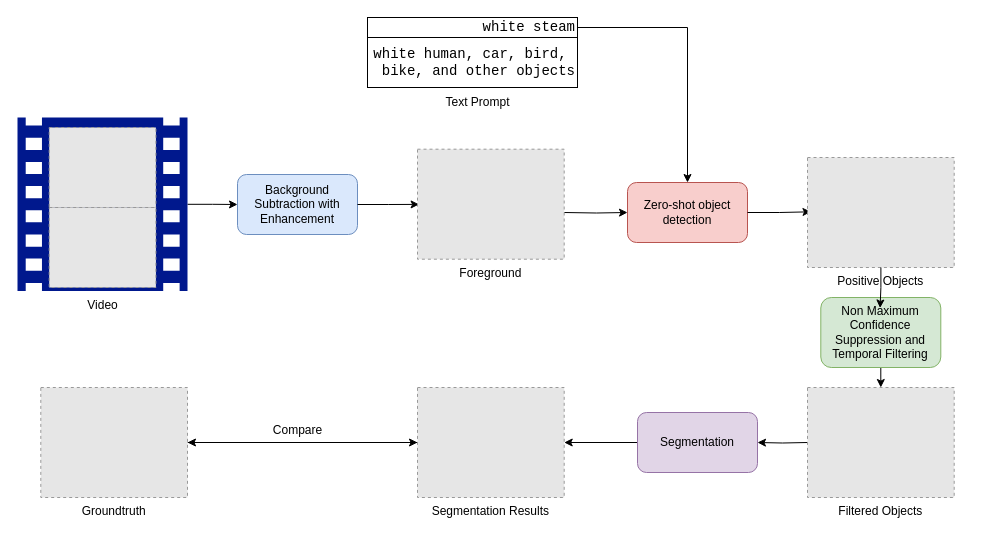
The draw.io diagram Untitled Diagram.drawio in weathon/grounding_mog, before the edit. Source tidied: cells renumbered, new cells numbered last; positions are measured from the earlier drawing's top-left corner, leaving out a move shared by most shapes. Both pictures are drawn from the tidied source at 100%, with x=0, y=0 at pixel (17, 17). Pictures stored in the file or linked from it are replaced by grey dashed boxes.
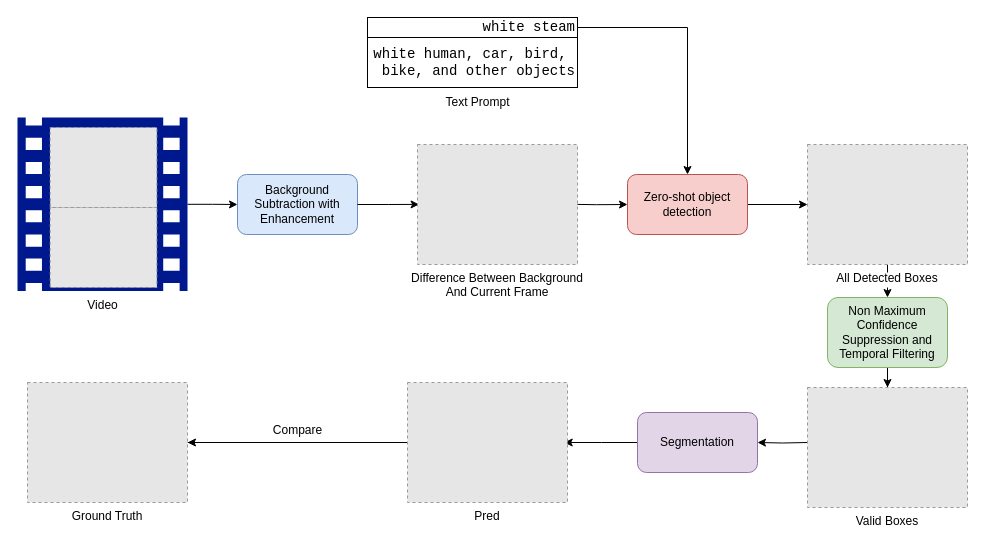
Above is the later version.

The change refers to these unchanged cells:
```xml
<mxCell id="16" value="Segmentation" style="rounded=1;whiteSpace=wrap;html=1;fillColor=#e1d5e7;strokeColor=#9673a6;" parent="1" vertex="1">
  <mxGeometry x="620" y="395" width="120" height="60" as="geometry" />
</mxCell>
```

What changed in the source:
```diff
@@
-    <mxCell id="5" style="edgeStyle=orthogonalEdgeStyle;rounded=0;jettySize=auto;html=1;" parent="1" edge="1" target="8">
-      <mxGeometry relative="1" as="geometry">
-        <mxPoint x="546.7" y="195" as="sourcePoint" />
-      </mxGeometry>
-    </mxCell>
@@
+    <mxCell id="30" style="edgeStyle=orthogonalEdgeStyle;rounded=0;jettySize=auto;html=1;" parent="1" edge="1" source="8" target="34">
+      <mxGeometry relative="1" as="geometry" />
+    </mxCell>
     <mxCell id="8" value="Zero-shot object detection" style="rounded=1;whiteSpace=wrap;html=1;fillColor=#f8cecc;strokeColor=#b85450;" parent="1" vertex="1">
-      <mxGeometry x="610" y="165" width="120" height="60" as="geometry" />
+      <mxGeometry x="610" y="157" width="120" height="60" as="geometry" />
     </mxCell>
@@
-    <mxCell id="13" style="edgeStyle=orthogonalEdgeStyle;rounded=0;jettySize=auto;html=1;" parent="1" edge="1" source="14">
-      <mxGeometry relative="1" as="geometry">
-        <mxPoint x="863.4" y="370" as="targetPoint" />
-      </mxGeometry>
-    </mxCell>
+    <mxCell id="31" style="edgeStyle=orthogonalEdgeStyle;rounded=0;jettySize=auto;html=1;" parent="1" edge="1" source="14" target="35">
+      <mxGeometry relative="1" as="geometry" />
+    </mxCell>
     <mxCell id="14" value="Non Maximum Confidence Suppression and Temporal Filtering" style="rounded=1;whiteSpace=wrap;html=1;fillColor=#d5e8d4;strokeColor=#82b366;" parent="1" vertex="1">
-      <mxGeometry x="803.3" y="280" width="120" height="70" as="geometry" />
+      <mxGeometry x="810" y="280" width="120" height="70" as="geometry" />
     </mxCell>
-    <mxCell id="15" style="edgeStyle=orthogonalEdgeStyle;rounded=0;jettySize=auto;html=1;" parent="1" edge="1" source="16" target="25">
-      <mxGeometry relative="1" as="geometry" />
+    <mxCell id="15" style="edgeStyle=orthogonalEdgeStyle;rounded=0;jettySize=auto;html=1;" parent="1" edge="1" source="16">
+      <mxGeometry relative="1" as="geometry">
+        <mxPoint x="546.7" y="425" as="targetPoint" />
+      </mxGeometry>
     </mxCell>
@@
-    <mxCell id="17" style="fillColor=#E6E6E6;strokeColor=#999999;dashed=1;verticalLabelPosition=bottom;labelBackgroundColor=default;verticalAlign=top;" parent="1" vertex="1">
-      <mxGeometry x="31.7" y="110" width="106.7" height="80" as="geometry" />
-    </mxCell>
-    <mxCell id="18" style="fillColor=#E6E6E6;strokeColor=#999999;dashed=1;verticalLabelPosition=bottom;labelBackgroundColor=default;verticalAlign=top;" parent="1" vertex="1">
-      <mxGeometry x="31.7" y="190" width="106.7" height="80" as="geometry" />
-    </mxCell>
-    <mxCell id="19" style="edgeStyle=orthogonalEdgeStyle;rounded=0;jettySize=auto;html=1;entryX=0.022;entryY=0.444;entryDx=0;entryDy=0;entryPerimeter=0;" parent="1" edge="1" source="8">
-      <mxGeometry relative="1" as="geometry">
-        <mxPoint x="793.5" y="194.3" as="targetPoint" />
-      </mxGeometry>
-    </mxCell>
-    <mxCell id="20" value="Foreground" style="fillColor=#E6E6E6;strokeColor=#999999;dashed=1;verticalLabelPosition=bottom;labelBackgroundColor=default;verticalAlign=top;" parent="1" vertex="1">
-      <mxGeometry x="400" y="131.7" width="146.7" height="110" as="geometry" />
-    </mxCell>
-    <mxCell id="21" value="Positive Objects" style="fillColor=#E6E6E6;strokeColor=#999999;dashed=1;verticalLabelPosition=bottom;labelBackgroundColor=default;verticalAlign=top;" parent="1" vertex="1">
-      <mxGeometry x="790" y="140" width="146.7" height="110" as="geometry" />
-    </mxCell>
-    <mxCell id="22" style="edgeStyle=orthogonalEdgeStyle;rounded=0;jettySize=auto;html=1;entryX=0.494;entryY=0.15;entryDx=0;entryDy=0;entryPerimeter=0;" parent="1" edge="1" source="21" target="14">
-      <mxGeometry relative="1" as="geometry" />
-    </mxCell>
@@
-    <mxCell id="24" style="edgeStyle=orthogonalEdgeStyle;rounded=0;jettySize=auto;html=1;entryX=1;entryY=0.5;entryDx=0;entryDy=0;" parent="1" edge="1" source="25" target="27">
-      <mxGeometry relative="1" as="geometry" />
+    <mxCell id="24" style="edgeStyle=orthogonalEdgeStyle;rounded=0;orthogonalLoop=1;jettySize=auto;html=1;entryX=1;entryY=0.5;entryDx=0;entryDy=0;" parent="1" edge="1">
+      <mxGeometry relative="1" as="geometry">
+        <mxPoint x="400" y="425" as="sourcePoint" />
+        <mxPoint x="170" y="425" as="targetPoint" />
+      </mxGeometry>
     </mxCell>
-    <mxCell id="25" value="Segmentation Results" style="fillColor=#E6E6E6;strokeColor=#999999;dashed=1;verticalLabelPosition=bottom;labelBackgroundColor=default;verticalAlign=top;" parent="1" vertex="1">
-      <mxGeometry x="400" y="370" width="146.7" height="110" as="geometry" />
-    </mxCell>
-    <mxCell id="26" style="edgeStyle=orthogonalEdgeStyle;rounded=0;jettySize=auto;html=1;entryX=0;entryY=0.5;entryDx=0;entryDy=0;" parent="1" edge="1" source="27" target="25">
-      <mxGeometry relative="1" as="geometry" />
+    <mxCell id="26" style="edgeStyle=orthogonalEdgeStyle;rounded=0;orthogonalLoop=1;jettySize=auto;html=1;entryX=0;entryY=0.5;entryDx=0;entryDy=0;" parent="1" edge="1">
+      <mxGeometry relative="1" as="geometry">
+        <mxPoint x="170" y="425" as="sourcePoint" />
+        <mxPoint x="400" y="425" as="targetPoint" />
+      </mxGeometry>
     </mxCell>
-    <mxCell id="27" value="Groundtruth" style="fillColor=#E6E6E6;strokeColor=#999999;dashed=1;verticalLabelPosition=bottom;labelBackgroundColor=default;verticalAlign=top;" parent="1" vertex="1">
-      <mxGeometry x="23.3" y="370" width="146.7" height="110" as="geometry" />
-    </mxCell>
@@
-    <mxCell id="29" value="Filtered Objects" style="fillColor=#E6E6E6;strokeColor=#999999;dashed=1;verticalLabelPosition=bottom;labelBackgroundColor=default;verticalAlign=top;" parent="1" vertex="1">
-      <mxGeometry x="790" y="370" width="146.7" height="110" as="geometry" />
-    </mxCell>
+    <mxCell id="32" style="edgeStyle=orthogonalEdgeStyle;rounded=0;jettySize=auto;html=1;" parent="1" edge="1" target="8">
+      <mxGeometry relative="1" as="geometry">
+        <mxPoint x="546.7" y="186.7" as="sourcePoint" />
+      </mxGeometry>
+    </mxCell>
+    <mxCell id="33" style="edgeStyle=orthogonalEdgeStyle;rounded=0;jettySize=auto;html=1;entryX=0.5;entryY=0;entryDx=0;entryDy=0;" parent="1" edge="1" source="34" target="14">
+      <mxGeometry relative="1" as="geometry" />
+    </mxCell>
+    <mxCell id="34" value="All Detected Boxes" style="fillColor=#E6E6E6;strokeColor=#999999;dashed=1;verticalLabelPosition=bottom;labelBackgroundColor=default;verticalAlign=top;" parent="1" vertex="1">
+      <mxGeometry x="790" y="127" width="160" height="120" as="geometry" />
+    </mxCell>
+    <mxCell id="35" value="Valid Boxes" style="fillColor=#E6E6E6;strokeColor=#999999;dashed=1;verticalLabelPosition=bottom;labelBackgroundColor=default;verticalAlign=top;" parent="1" vertex="1">
+      <mxGeometry x="790" y="370" width="160" height="120" as="geometry" />
+    </mxCell>
+    <mxCell id="36" value="Pred" style="fillColor=#E6E6E6;strokeColor=#999999;dashed=1;verticalLabelPosition=bottom;labelBackgroundColor=default;verticalAlign=top;" parent="1" vertex="1">
+      <mxGeometry x="390" y="365" width="160" height="120" as="geometry" />
+    </mxCell>
+    <mxCell id="37" value="Difference Between Background&#10;And Current Frame" style="fillColor=#E6E6E6;strokeColor=#999999;dashed=1;verticalLabelPosition=bottom;labelBackgroundColor=default;verticalAlign=top;" parent="1" vertex="1">
+      <mxGeometry x="400" y="127" width="160" height="120" as="geometry" />
+    </mxCell>
+    <mxCell id="38" value="Ground Truth" style="fillColor=#E6E6E6;strokeColor=#999999;dashed=1;verticalLabelPosition=bottom;labelBackgroundColor=default;verticalAlign=top;" parent="1" vertex="1">
+      <mxGeometry x="10" y="365" width="160" height="120" as="geometry" />
+    </mxCell>
+    <mxCell id="39" style="fillColor=#E6E6E6;strokeColor=#999999;dashed=1;verticalLabelPosition=bottom;labelBackgroundColor=default;verticalAlign=top;" parent="1" vertex="1">
+      <mxGeometry x="32.7" y="190" width="106.7" height="80" as="geometry" />
+    </mxCell>
+    <mxCell id="40" style="fillColor=#E6E6E6;strokeColor=#999999;dashed=1;verticalLabelPosition=bottom;labelBackgroundColor=default;verticalAlign=top;" parent="1" vertex="1">
+      <mxGeometry x="32.7" y="110" width="106.7" height="80" as="geometry" />
+    </mxCell>
```
